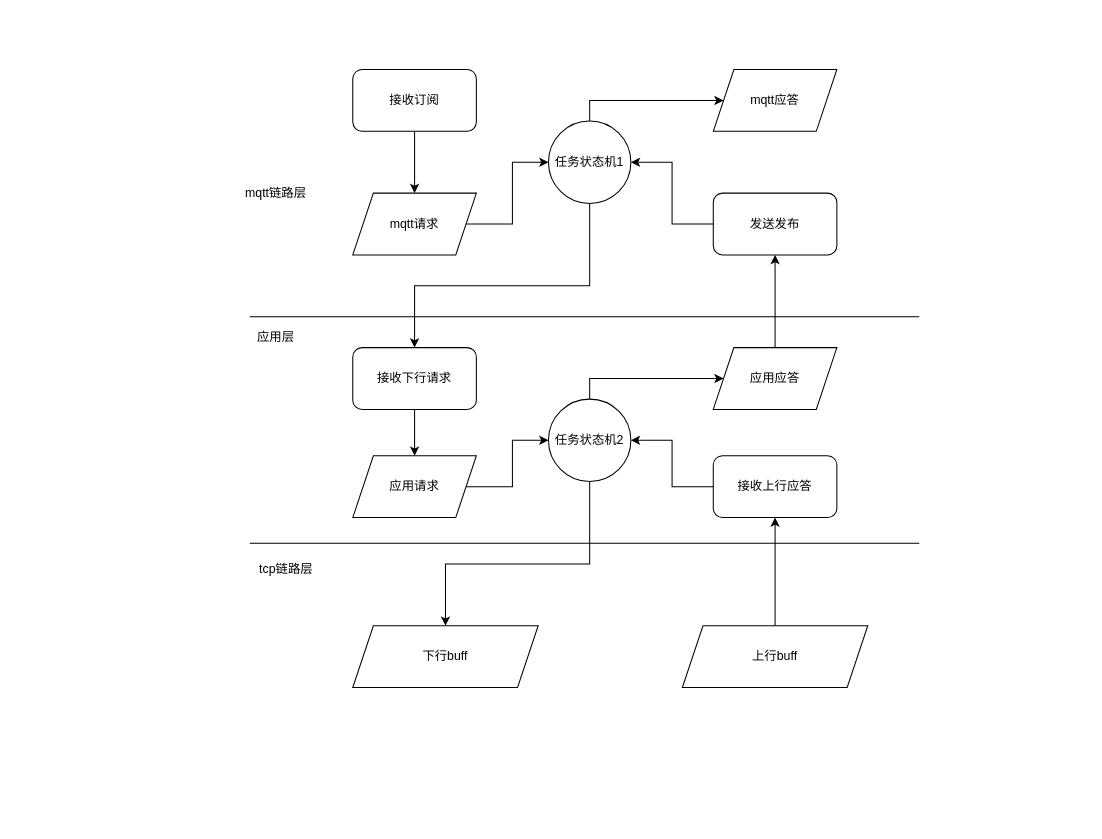
Above: 未命名绘图.drawio in jerry028/hello-world (draw.io), before the change. Source tidied: cells renumbered, new cells numbered last; positions are measured from the earlier drawing's top-left corner, leaving out a move shared by most shapes. Both pictures are drawn from the tidied source at 103%, with x=0, y=0 at pixel (239, 69).
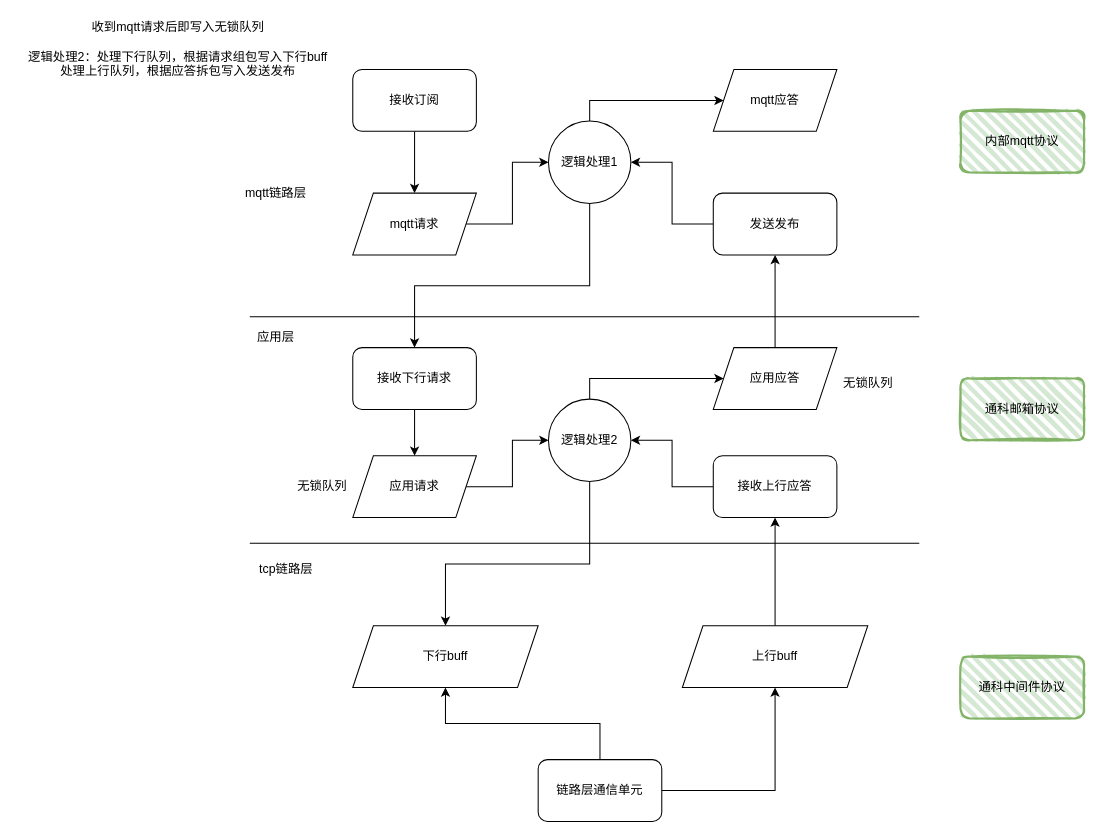
After the change.

Commit message:
更新未命名绘图.drawio

The change refers to these unchanged cells:
```xml
<mxCell id="24" value="下行buff" style="shape=parallelogram;perimeter=parallelogramPerimeter;whiteSpace=wrap;html=1;fixedSize=1;" parent="1" vertex="1">
  <mxGeometry x="110" y="540" width="180" height="60" as="geometry" />
</mxCell>
<mxCell id="26" value="上行buff" style="shape=parallelogram;perimeter=parallelogramPerimeter;whiteSpace=wrap;html=1;fixedSize=1;" parent="1" vertex="1">
  <mxGeometry x="430" y="540" width="180" height="60" as="geometry" />
</mxCell>
```

Change to the diagram source:
```diff
@@
-    <mxCell id="18" value="任务状态机1" style="ellipse;whiteSpace=wrap;html=1;" parent="1" vertex="1">
+    <mxCell id="18" value="逻辑处理1" style="ellipse;whiteSpace=wrap;html=1;" parent="1" vertex="1">
       <mxGeometry x="300" y="50" width="80" height="80" as="geometry" />
     </mxCell>
@@
-    <mxCell id="23" value="任务状态机2" style="ellipse;whiteSpace=wrap;html=1;" parent="1" vertex="1">
+    <mxCell id="23" value="逻辑处理2" style="ellipse;whiteSpace=wrap;html=1;" parent="1" vertex="1">
       <mxGeometry x="300" y="320" width="80" height="80" as="geometry" />
     </mxCell>
@@
+    <mxCell id="31" style="edgeStyle=orthogonalEdgeStyle;rounded=0;jettySize=auto;html=1;entryX=0.5;entryY=1;entryDx=0;entryDy=0;" parent="1" edge="1" source="33" target="24">
+      <mxGeometry relative="1" as="geometry" />
+    </mxCell>
+    <mxCell id="32" style="edgeStyle=orthogonalEdgeStyle;rounded=0;jettySize=auto;html=1;entryX=0.5;entryY=1;entryDx=0;entryDy=0;" parent="1" edge="1" source="33" target="26">
+      <mxGeometry relative="1" as="geometry" />
+    </mxCell>
+    <mxCell id="33" value="链路层通信单元" style="rounded=1;whiteSpace=wrap;html=1;" parent="1" vertex="1">
+      <mxGeometry x="290" y="670" width="120" height="60" as="geometry" />
+    </mxCell>
+    <mxCell id="34" value="内部mqtt协议" style="rounded=1;whiteSpace=wrap;html=1;strokeWidth=2;fillWeight=4;hachureGap=8;hachureAngle=45;fillColor=#d5e8d4;sketch=1;strokeColor=#82b366;" parent="1" vertex="1">
+      <mxGeometry x="700" y="40" width="120" height="60" as="geometry" />
+    </mxCell>
+    <mxCell id="35" value="通科邮箱协议" style="rounded=1;whiteSpace=wrap;html=1;strokeWidth=2;fillWeight=4;hachureGap=8;hachureAngle=45;fillColor=#d5e8d4;sketch=1;strokeColor=#82b366;" parent="1" vertex="1">
+      <mxGeometry x="700" y="300" width="120" height="60" as="geometry" />
+    </mxCell>
+    <mxCell id="36" value="通科中间件协议" style="rounded=1;whiteSpace=wrap;html=1;strokeWidth=2;fillWeight=4;hachureGap=8;hachureAngle=45;fillColor=#d5e8d4;sketch=1;strokeColor=#82b366;" parent="1" vertex="1">
+      <mxGeometry x="700" y="570" width="120" height="60" as="geometry" />
+    </mxCell>
+    <mxCell id="37" value="无锁队列" style="text;html=1;align=center;verticalAlign=middle;strokeColor=none;fillColor=none;" parent="1" vertex="1">
+      <mxGeometry x="50" y="395" width="60" height="20" as="geometry" />
+    </mxCell>
+    <mxCell id="38" value="无锁队列" style="text;html=1;align=center;verticalAlign=middle;strokeColor=none;fillColor=none;" parent="1" vertex="1">
+      <mxGeometry x="580" y="295" width="60" height="20" as="geometry" />
+    </mxCell>
+    <mxCell id="39" value="收到mqtt请求后即写入无锁队列&lt;br&gt;&lt;br&gt;逻辑处理2：处理下行队列，根据请求组包写入下行buff&lt;br&gt;处理上行队列，根据应答拆包写入发送发布&lt;br&gt;" style="text;html=1;align=center;verticalAlign=middle;strokeColor=none;fillColor=none;" parent="1" vertex="1">
+      <mxGeometry x="-215" y="-50" width="310" height="60" as="geometry" />
+    </mxCell>
```
